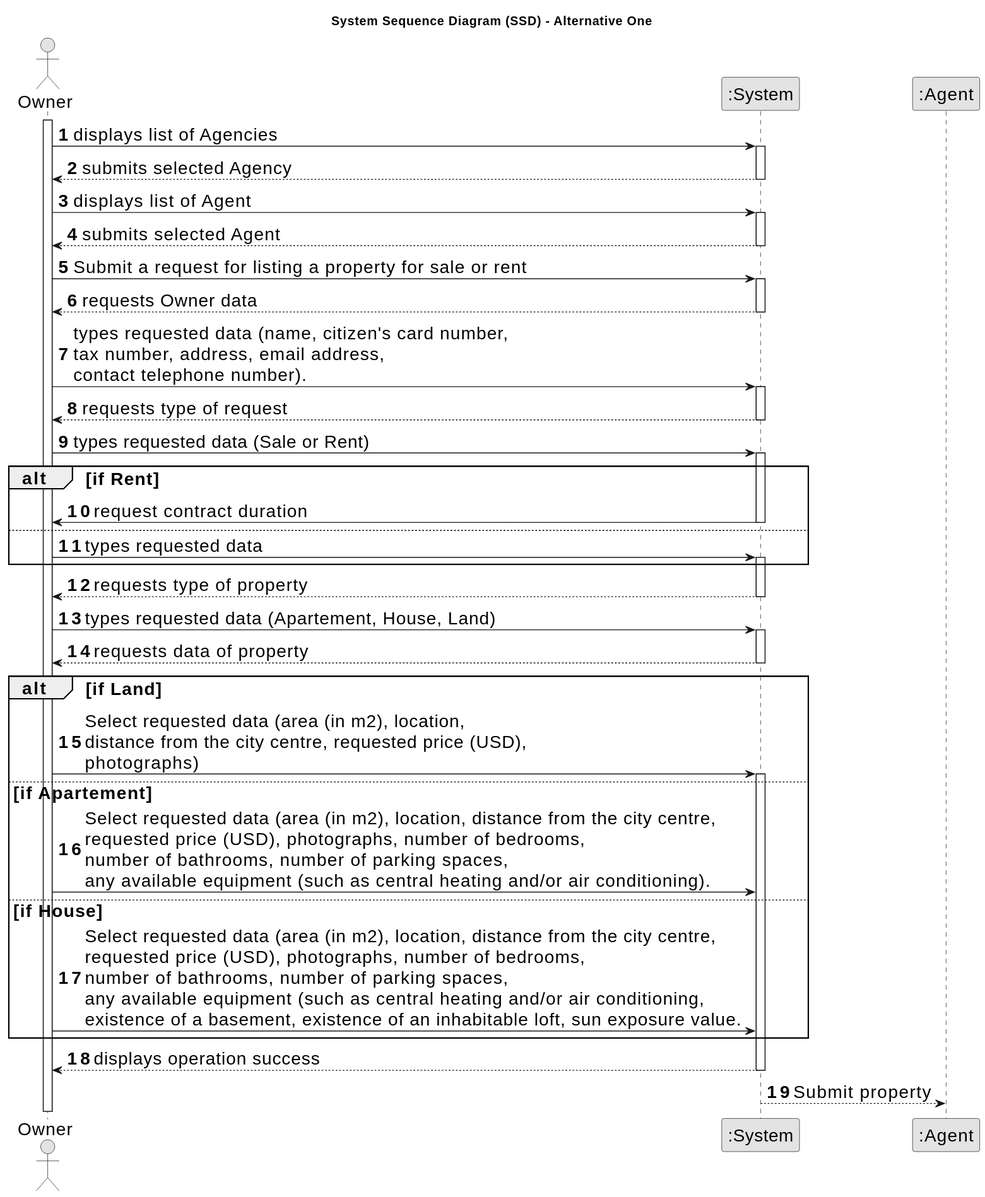
Earlier version of the PlantUML export docs/sprintB/us004/01.requirements-engineering/svg/us004-system-sequence-diagram-alternative-one.svg (Goncalves2525/real-estate-management-system). Source of this version:
```plantuml
@startuml
skinparamlocked defaultFontSize 20
skinparam monochrome true
skinparam packageStyle rectangle
skinparam shadowing false

title System Sequence Diagram (SSD) - Alternative One

autonumber

actor "Owner" as Owner
participant ":System" as System
participant ":Agent" as Agent

activate Owner

        Owner -> System : displays list of Agencies
    activate System

        System --> Owner :submits selected Agency
    deactivate System

        Owner -> System :displays list of Agent
     activate System

        System --> Owner: submits selected Agent
     deactivate System

        Owner -> System : Submit a request for listing a property for sale or rent
    activate System

        System --> Owner : requests Owner data
    deactivate System

        Owner -> System : types requested data (name, citizen's card number, \ntax number, address, email address, \ncontact telephone number).
    activate System

        System --> Owner : requests type of request
    deactivate System


        Owner -> System : types requested data (Sale or Rent)
    activate System


    alt if Rent

        System -> Owner: request contract duration
        deactivate System
    else
        Owner -> System: types requested data
        activate System
    end

        System --> Owner : requests type of property
    deactivate System

        Owner -> System : types requested data (Apartement, House, Land)
    activate System

            System --> Owner : requests data of property
    deactivate System

    alt if Land

        Owner -> System: Select requested data (area (in m2), location, \ndistance from the city centre, requested price (USD), \nphotographs)
    activate System
    else if Apartement
        Owner -> System: Select requested data (area (in m2), location, distance from the city centre, \nrequested price (USD), photographs, number of bedrooms,\nnumber of bathrooms, number of parking spaces,\nany available equipment (such as central heating and/or air conditioning).
    else if House
        Owner -> System: Select requested data (area (in m2), location, distance from the city centre, \nrequested price (USD), photographs, number of bedrooms,\nnumber of bathrooms, number of parking spaces,\nany available equipment (such as central heating and/or air conditioning, \nexistence of a basement, existence of an inhabitable loft, sun exposure value.
    end

        System --> Owner : displays operation success
    deactivate System

        System --> Agent : Submit property
    deactivate System
@enduml
```
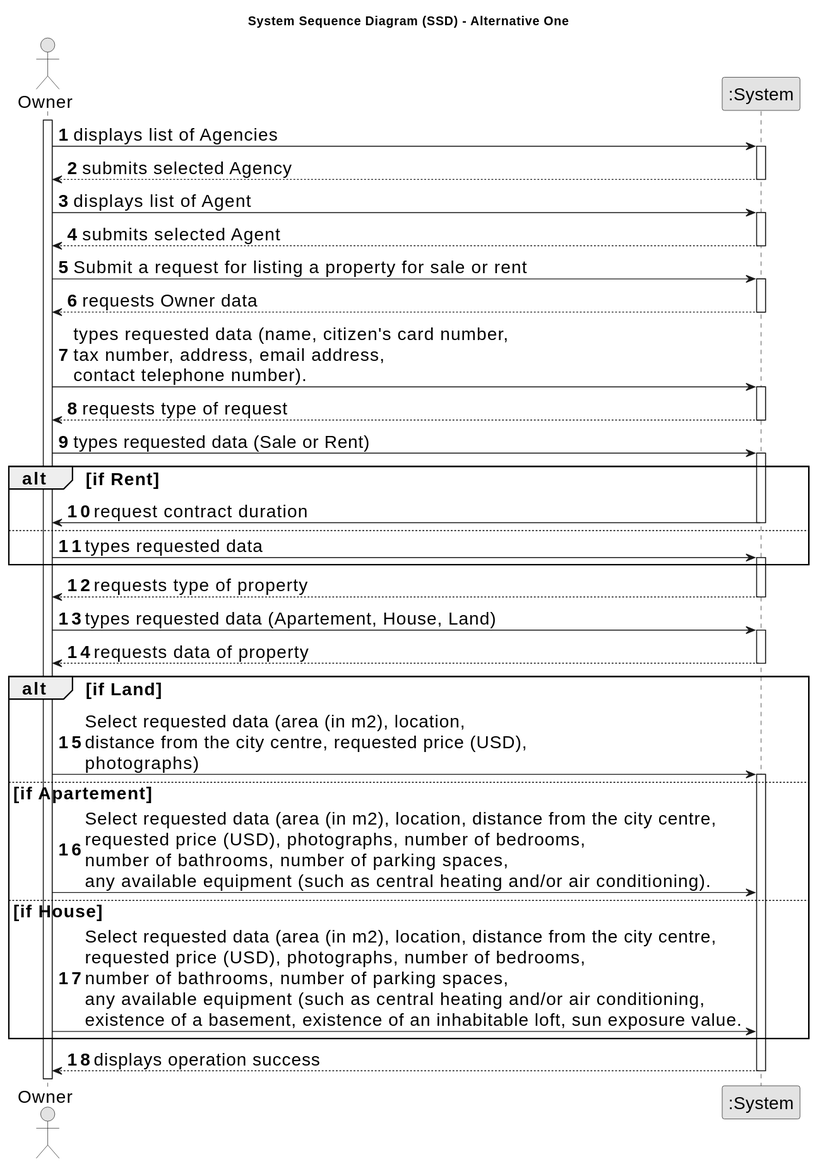
After the change.

Change to the diagram source:
```diff
@@ -10,7 +10,6 @@
 
 actor "Owner" as Owner
 participant ":System" as System
-participant ":Agent" as Agent
 
 activate Owner
 
@@ -73,7 +72,4 @@
 
         System --> Owner : displays operation success
     deactivate System
-
-        System --> Agent : Submit property
-    deactivate System
 @enduml
```
